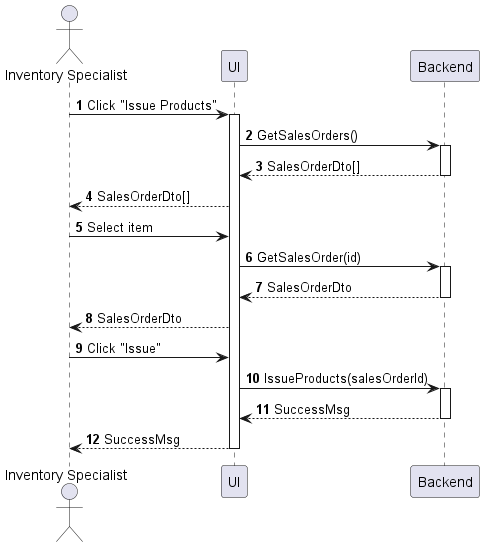
Before: sequences/inventory-product-issue.png, a diagram exported from PlantUML (phihungha/scmss-reqs).
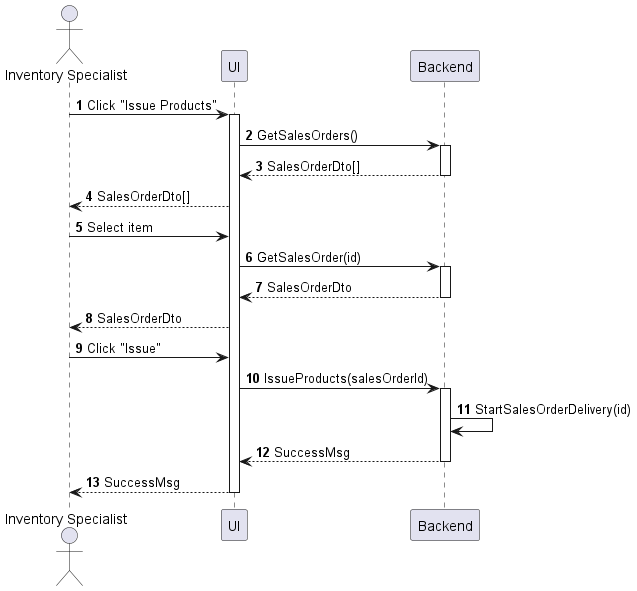
The same diagram one commit later.

Diff of the diagram source:
```diff
@@ -19,6 +19,7 @@
 a -> f : Click "Issue"
 f -> b : IssueProducts(salesOrderId)
 activate b
+b -> b : StartSalesOrderDelivery(id)
 return SuccessMsg
 return SuccessMsg
 @enduml
```
